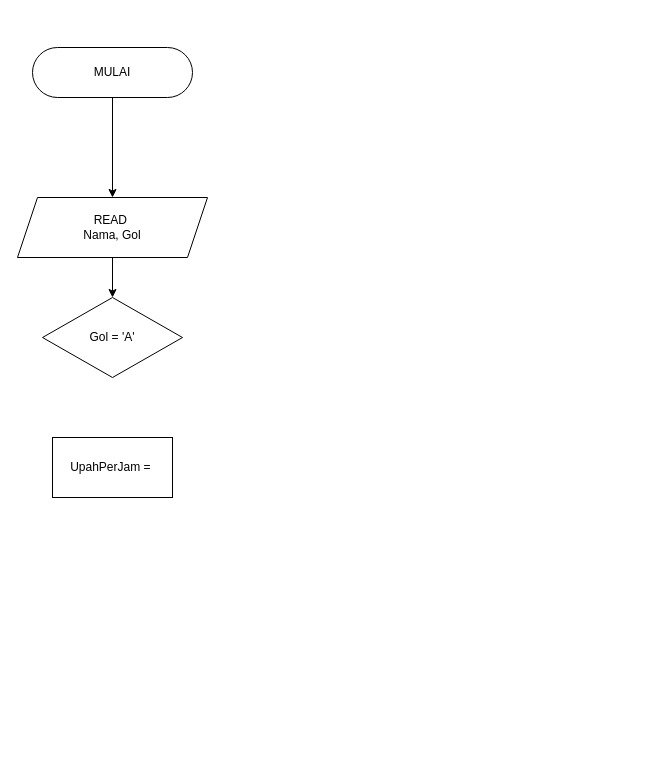
Above: uts alstruk.drawio in Alfthrpy/Iseng (draw.io), before the change. Source tidied: cells renumbered, new cells numbered last; positions are measured from the earlier drawing's top-left corner, leaving out a move shared by most shapes. Both pictures are drawn from the tidied source at 100%, with x=0, y=0 at pixel (17, 47).
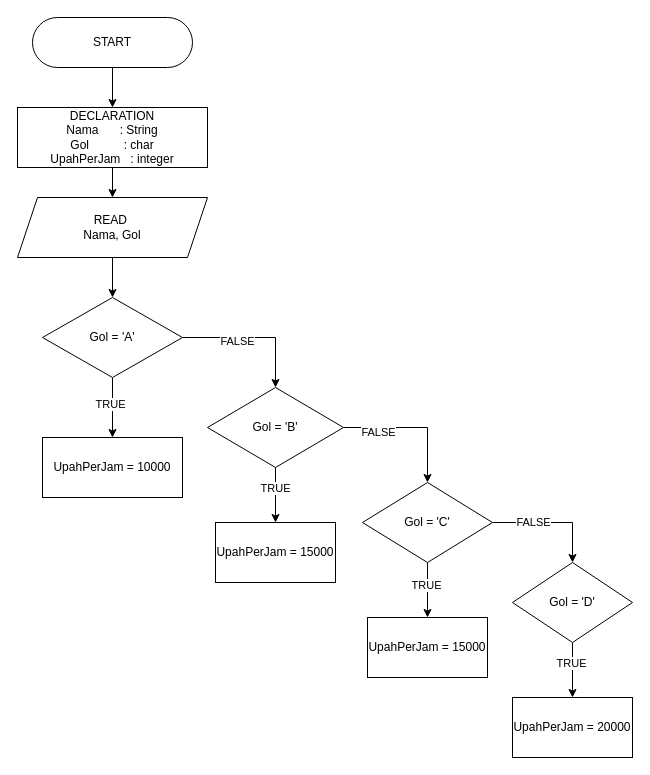
Above is the later version.

The change refers to these unchanged cells:
```xml
<mxCell id="5" value="READ&amp;nbsp;&lt;br&gt;Nama, Gol" style="shape=parallelogram;perimeter=parallelogramPerimeter;whiteSpace=wrap;html=1;fixedSize=1;" parent="1" vertex="1">
  <mxGeometry y="150" width="190" height="60" as="geometry" />
</mxCell>
<mxCell id="6" value="Gol = 'A'" style="rhombus;whiteSpace=wrap;html=1;" parent="1" vertex="1">
  <mxGeometry x="25" y="250" width="140" height="80" as="geometry" />
</mxCell>
```

What changed in the source:
```diff
@@
-    <mxCell id="2" style="edgeStyle=orthogonalEdgeStyle;rounded=0;jettySize=auto;html=1;" parent="1" edge="1" source="3" target="5">
-      <mxGeometry relative="1" as="geometry" />
-    </mxCell>
+    <mxCell id="8" style="edgeStyle=orthogonalEdgeStyle;rounded=0;jettySize=auto;html=1;entryX=0.5;entryY=0;entryDx=0;entryDy=0;" parent="1" edge="1" source="3" target="14">
+      <mxGeometry relative="1" as="geometry" />
+    </mxCell>
-    <mxCell id="3" value="MULAI" style="rounded=1;whiteSpace=wrap;html=1;arcSize=50;" parent="1" vertex="1">
-      <mxGeometry x="15" width="160" height="50" as="geometry" />
+    <mxCell id="3" value="START" style="rounded=1;whiteSpace=wrap;html=1;arcSize=50;" parent="1" vertex="1">
+      <mxGeometry x="15" y="-30" width="160" height="50" as="geometry" />
     </mxCell>
@@
+    <mxCell id="9" style="edgeStyle=orthogonalEdgeStyle;rounded=0;jettySize=auto;html=1;" parent="1" edge="1" source="6" target="7">
+      <mxGeometry relative="1" as="geometry" />
+    </mxCell>
+    <mxCell id="10" value="TRUE" style="edgeLabel;html=1;align=center;verticalAlign=middle;" parent="9" vertex="1">
+      <mxGeometry x="-0.29" y="4" relative="1" as="geometry">
+        <mxPoint x="-7" y="5" as="offset" />
+      </mxGeometry>
+    </mxCell>
+    <mxCell id="11" style="edgeStyle=orthogonalEdgeStyle;rounded=0;jettySize=auto;html=1;entryX=0.5;entryY=0;entryDx=0;entryDy=0;" parent="1" edge="1" source="6" target="19">
+      <mxGeometry relative="1" as="geometry" />
+    </mxCell>
+    <mxCell id="12" value="FALSE" style="edgeLabel;html=1;align=center;verticalAlign=middle;" parent="11" vertex="1">
+      <mxGeometry x="-0.25" y="-3" relative="1" as="geometry" />
+    </mxCell>
@@
-    <mxCell id="7" value="UpahPerJam =&amp;nbsp;" style="rounded=0;whiteSpace=wrap;html=1;" parent="1" vertex="1">
-      <mxGeometry x="35" y="390" width="120" height="60" as="geometry" />
+    <mxCell id="7" value="UpahPerJam = 10000" style="rounded=0;whiteSpace=wrap;html=1;" parent="1" vertex="1">
+      <mxGeometry x="25" y="390" width="140" height="60" as="geometry" />
     </mxCell>
+    <mxCell id="13" style="edgeStyle=orthogonalEdgeStyle;rounded=0;jettySize=auto;html=1;" parent="1" edge="1" source="14" target="5">
+      <mxGeometry relative="1" as="geometry" />
+    </mxCell>
+    <mxCell id="14" value="DECLARATION&lt;br&gt;Nama&lt;span style=&quot;white-space: pre;&quot;&gt;&#9;&lt;/span&gt;: String&lt;br&gt;Gol&lt;span style=&quot;white-space: pre;&quot;&gt;&#9;&lt;/span&gt;&lt;span style=&quot;white-space: pre;&quot;&gt;&#9;&lt;/span&gt;: char&lt;br&gt;UpahPerJam&lt;span style=&quot;white-space: pre;&quot;&gt;&#9;&lt;/span&gt;: integer" style="rounded=0;whiteSpace=wrap;html=1;" parent="1" vertex="1">
+      <mxGeometry y="60" width="190" height="60" as="geometry" />
+    </mxCell>
+    <mxCell id="15" style="edgeStyle=orthogonalEdgeStyle;rounded=0;jettySize=auto;html=1;entryX=0.5;entryY=0;entryDx=0;entryDy=0;" parent="1" edge="1" source="19" target="20">
+      <mxGeometry relative="1" as="geometry" />
+    </mxCell>
+    <mxCell id="16" value="TRUE" style="edgeLabel;html=1;align=center;verticalAlign=middle;" parent="15" vertex="1">
+      <mxGeometry x="-0.29" y="-1" relative="1" as="geometry" />
+    </mxCell>
+    <mxCell id="17" style="edgeStyle=orthogonalEdgeStyle;rounded=0;jettySize=auto;html=1;entryX=0.5;entryY=0;entryDx=0;entryDy=0;" parent="1" edge="1" source="19" target="25">
+      <mxGeometry relative="1" as="geometry" />
+    </mxCell>
+    <mxCell id="18" value="FALSE" style="edgeLabel;html=1;align=center;verticalAlign=middle;" parent="17" vertex="1">
+      <mxGeometry x="-0.51" y="-4" relative="1" as="geometry" />
+    </mxCell>
+    <mxCell id="19" value="Gol = 'B'" style="rhombus;whiteSpace=wrap;html=1;" parent="1" vertex="1">
+      <mxGeometry x="190" y="340" width="136" height="80" as="geometry" />
+    </mxCell>
+    <mxCell id="20" value="UpahPerJam = 15000" style="rounded=0;whiteSpace=wrap;html=1;" parent="1" vertex="1">
+      <mxGeometry x="198" y="475" width="120" height="60" as="geometry" />
+    </mxCell>
+    <mxCell id="21" style="edgeStyle=orthogonalEdgeStyle;rounded=0;jettySize=auto;html=1;entryX=0.5;entryY=0;entryDx=0;entryDy=0;" parent="1" edge="1" source="25" target="26">
+      <mxGeometry relative="1" as="geometry" />
+    </mxCell>
+    <mxCell id="22" value="TRUE" style="edgeLabel;html=1;align=center;verticalAlign=middle;" parent="21" vertex="1">
+      <mxGeometry x="-0.32" y="5" relative="1" as="geometry">
+        <mxPoint x="-7" y="3" as="offset" />
+      </mxGeometry>
+    </mxCell>
+    <mxCell id="23" style="edgeStyle=orthogonalEdgeStyle;rounded=0;jettySize=auto;html=1;entryX=0.5;entryY=0;entryDx=0;entryDy=0;" parent="1" edge="1" source="25" target="29">
+      <mxGeometry relative="1" as="geometry" />
+    </mxCell>
+    <mxCell id="24" value="FALSE" style="edgeLabel;html=1;align=center;verticalAlign=middle;" parent="23" vertex="1">
+      <mxGeometry x="-0.34" y="1" relative="1" as="geometry" />
+    </mxCell>
+    <mxCell id="25" value="Gol = 'C'" style="rhombus;whiteSpace=wrap;html=1;" parent="1" vertex="1">
+      <mxGeometry x="345" y="435" width="130" height="80" as="geometry" />
+    </mxCell>
+    <mxCell id="26" value="UpahPerJam = 15000" style="rounded=0;whiteSpace=wrap;html=1;" parent="1" vertex="1">
+      <mxGeometry x="350" y="570" width="120" height="60" as="geometry" />
+    </mxCell>
+    <mxCell id="27" style="edgeStyle=orthogonalEdgeStyle;rounded=0;jettySize=auto;html=1;entryX=0.5;entryY=0;entryDx=0;entryDy=0;" parent="1" edge="1" source="29" target="30">
+      <mxGeometry relative="1" as="geometry" />
+    </mxCell>
+    <mxCell id="28" value="TRUE" style="edgeLabel;html=1;align=center;verticalAlign=middle;" parent="27" vertex="1">
+      <mxGeometry x="-0.42" y="-4" relative="1" as="geometry">
+        <mxPoint x="2" y="4" as="offset" />
+      </mxGeometry>
+    </mxCell>
+    <mxCell id="29" value="Gol = 'D'" style="rhombus;whiteSpace=wrap;html=1;" parent="1" vertex="1">
+      <mxGeometry x="495" y="515" width="120" height="80" as="geometry" />
+    </mxCell>
+    <mxCell id="30" value="UpahPerJam = 20000" style="rounded=0;whiteSpace=wrap;html=1;" parent="1" vertex="1">
+      <mxGeometry x="495" y="650" width="120" height="60" as="geometry" />
+    </mxCell>
```
